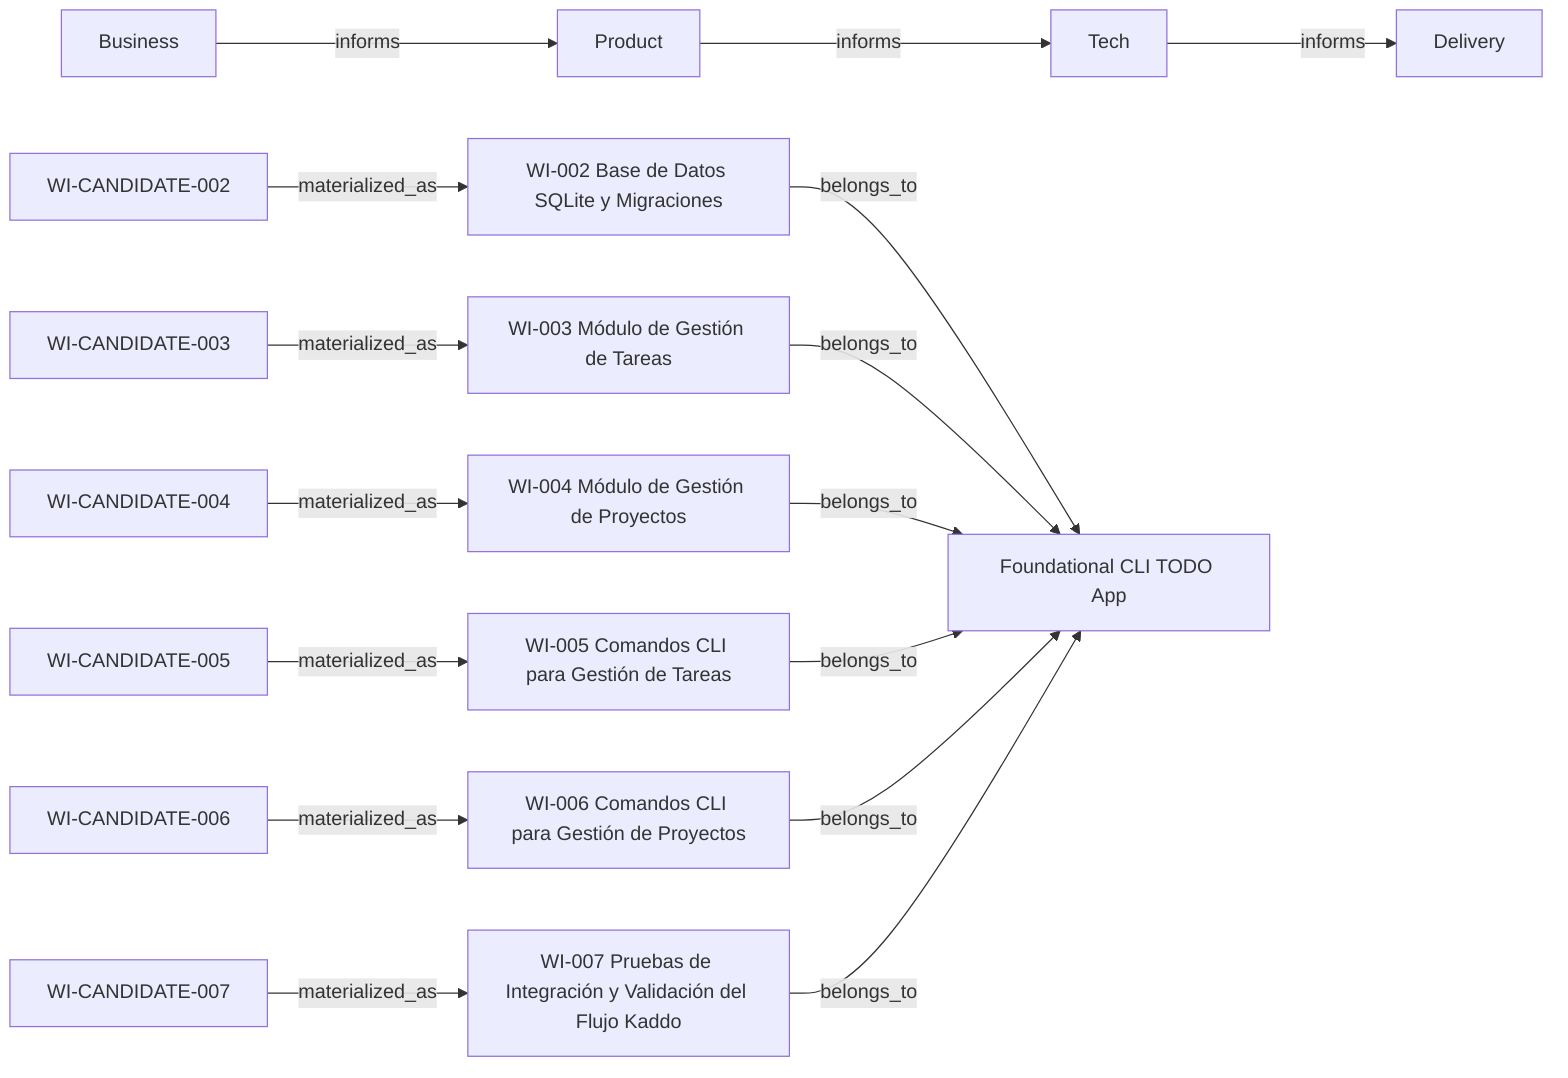
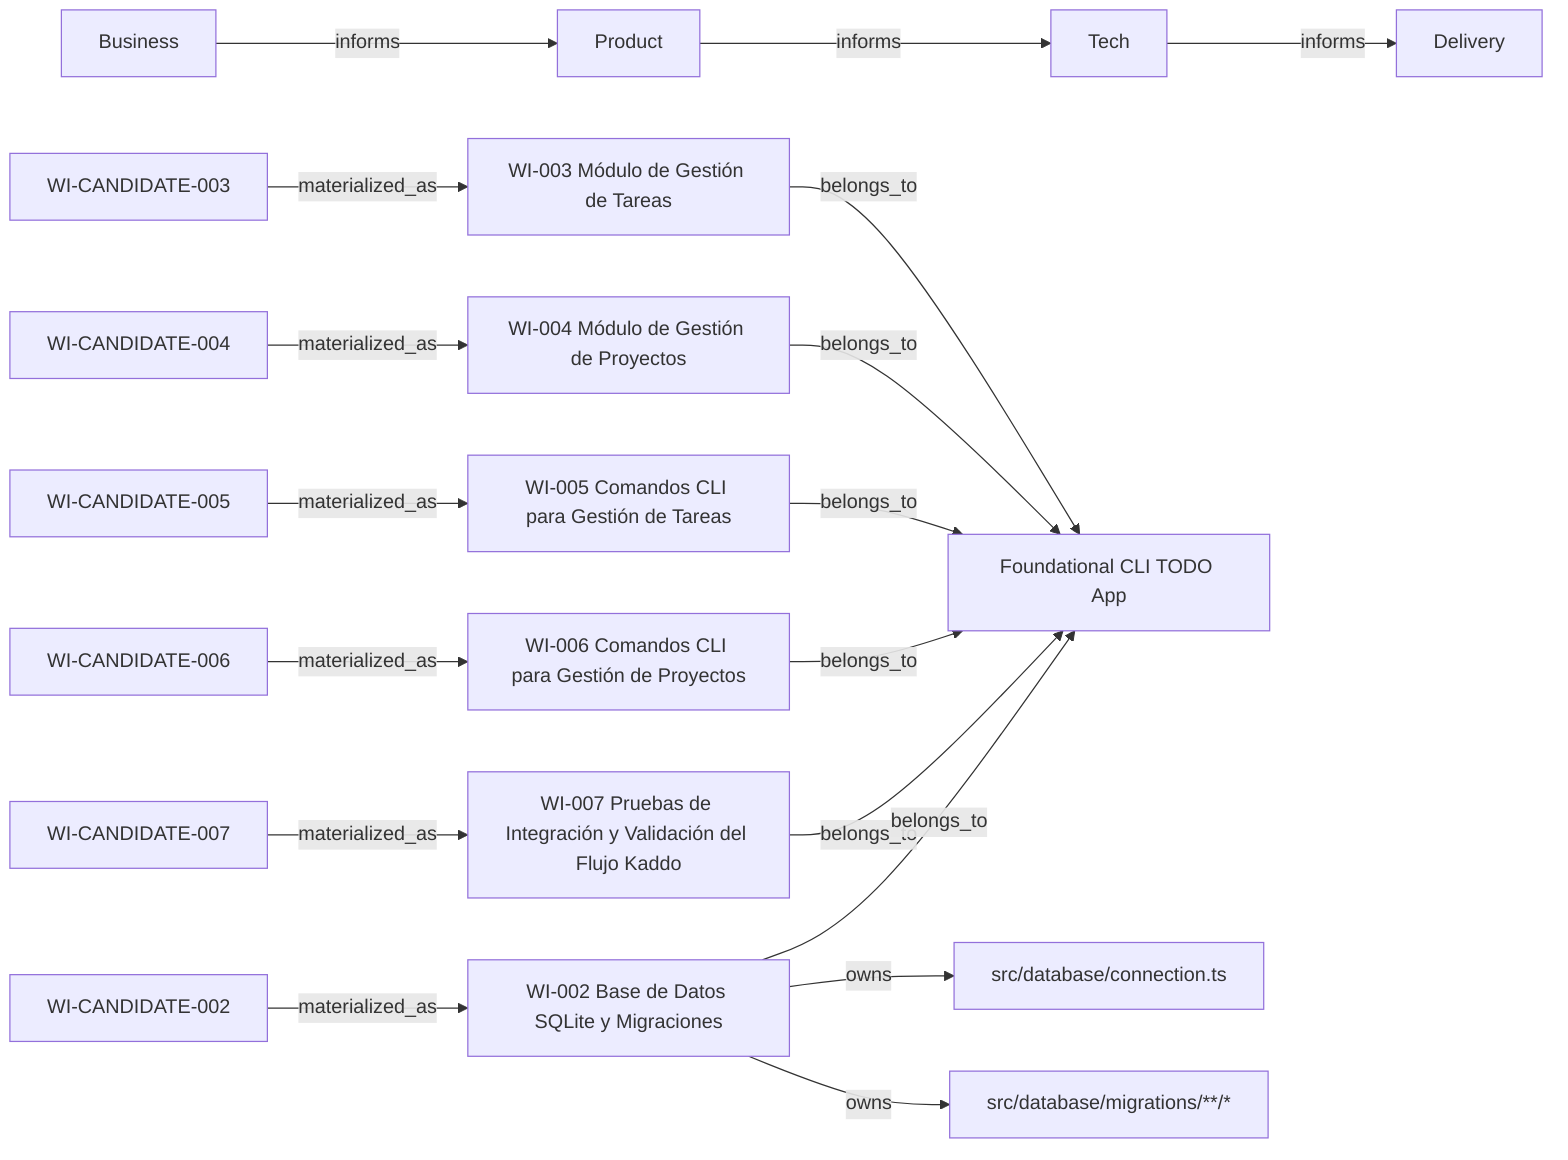
flowchart LR
  business_business["Business"]
  product_product["Product"]
  tech_tech["Tech"]
  delivery_delivery["Delivery"]
-   wi_WI_002["WI-002 Base de Datos SQLite y Migraciones"]
+   wi_WI_003["WI-003 Módulo de Gestión de Tareas"]
  initiative_foundational_cli_todo_app["Foundational CLI TODO App"]
-   candidate_WI_CANDIDATE_002["WI-CANDIDATE-002"]
-   wi_WI_003["WI-003 Módulo de Gestión de Tareas"]
  candidate_WI_CANDIDATE_003["WI-CANDIDATE-003"]
  wi_WI_004["WI-004 Módulo de Gestión de Proyectos"]
  candidate_WI_CANDIDATE_004["WI-CANDIDATE-004"]
  wi_WI_005["WI-005 Comandos CLI para Gestión de Tareas"]
  candidate_WI_CANDIDATE_005["WI-CANDIDATE-005"]
  wi_WI_006["WI-006 Comandos CLI para Gestión de Proyectos"]
  candidate_WI_CANDIDATE_006["WI-CANDIDATE-006"]
  wi_WI_007["WI-007 Pruebas de Integración y Validación del Flujo Kaddo"]
  candidate_WI_CANDIDATE_007["WI-CANDIDATE-007"]
+   wi_WI_002["WI-002 Base de Datos SQLite y Migraciones"]
+   code_src_database_connection_ts["src/database/connection.ts"]
+   code_src_database_migrations["src/database/migrations/**/*"]
+   candidate_WI_CANDIDATE_002["WI-CANDIDATE-002"]

  business_business -->|informs| product_product
  product_product -->|informs| tech_tech
  tech_tech -->|informs| delivery_delivery
-   wi_WI_002 -->|belongs_to| initiative_foundational_cli_todo_app
-   candidate_WI_CANDIDATE_002 -->|materialized_as| wi_WI_002
  wi_WI_003 -->|belongs_to| initiative_foundational_cli_todo_app
  candidate_WI_CANDIDATE_003 -->|materialized_as| wi_WI_003
  wi_WI_004 -->|belongs_to| initiative_foundational_cli_todo_app
  candidate_WI_CANDIDATE_004 -->|materialized_as| wi_WI_004
  wi_WI_005 -->|belongs_to| initiative_foundational_cli_todo_app
  candidate_WI_CANDIDATE_005 -->|materialized_as| wi_WI_005
  wi_WI_006 -->|belongs_to| initiative_foundational_cli_todo_app
  candidate_WI_CANDIDATE_006 -->|materialized_as| wi_WI_006
  wi_WI_007 -->|belongs_to| initiative_foundational_cli_todo_app
  candidate_WI_CANDIDATE_007 -->|materialized_as| wi_WI_007
+   wi_WI_002 -->|owns| code_src_database_connection_ts
+   wi_WI_002 -->|owns| code_src_database_migrations
+   wi_WI_002 -->|belongs_to| initiative_foundational_cli_todo_app
+   candidate_WI_CANDIDATE_002 -->|materialized_as| wi_WI_002
